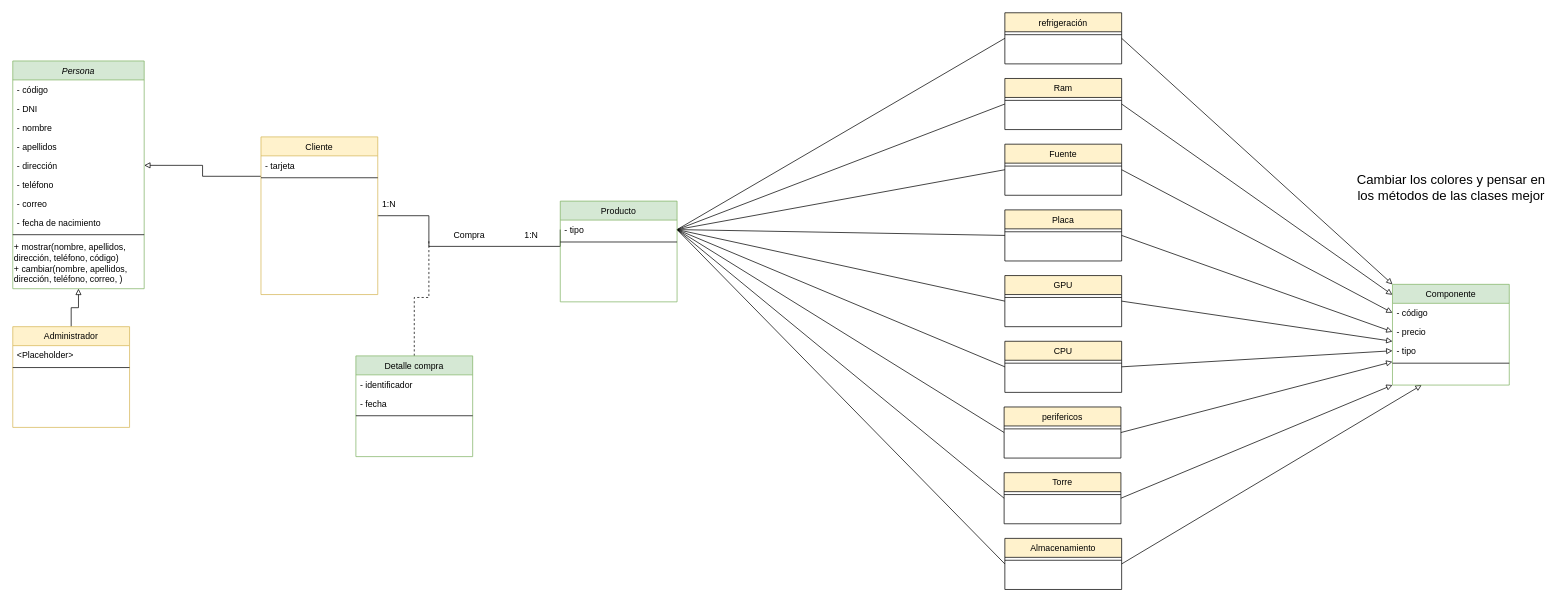
This is img/Diagrama sin título.drawio from Aeyoz/proyecto-ets, a draw.io file, before an edit. Source tidied: cells renumbered, new cells numbered last; positions are measured from the earlier drawing's top-left corner, leaving out a move shared by most shapes. Both pictures are drawn from the tidied source at 73%, with x=0, y=0 at pixel (12, 12).
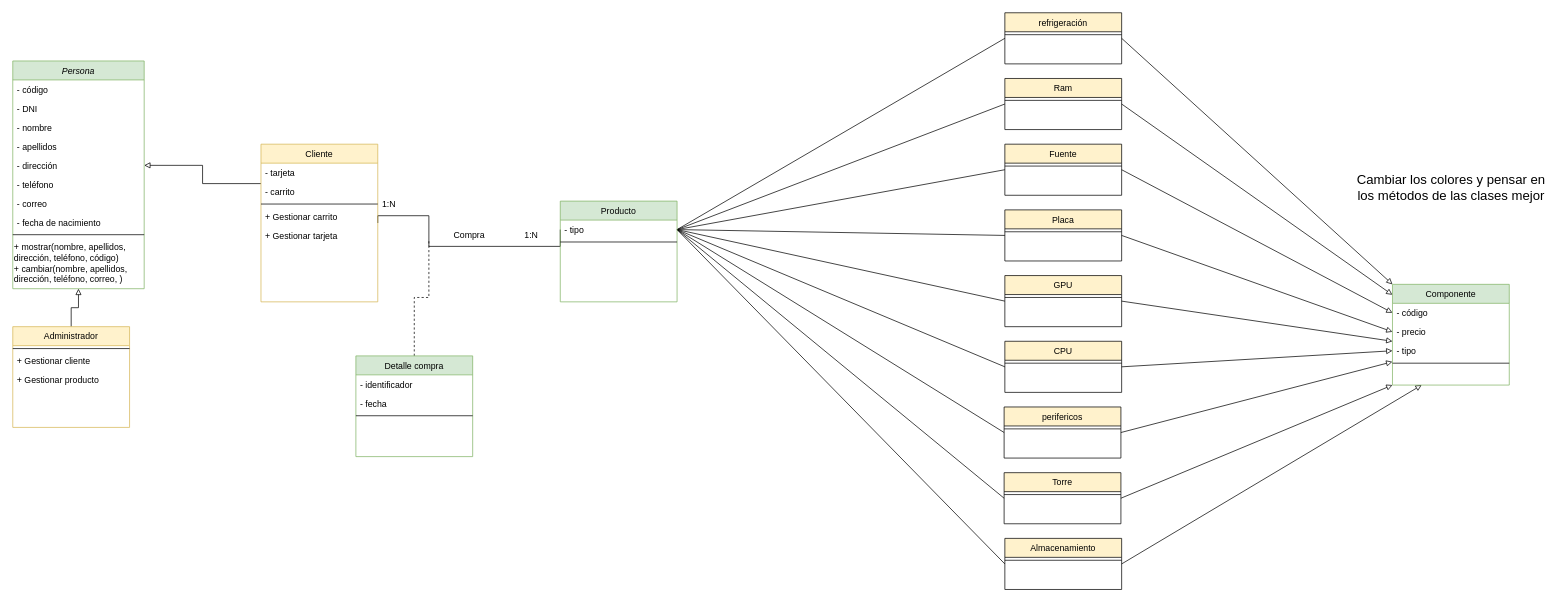
The same page after the edit.

The change refers to these unchanged cells:
```xml
<mxCell id="14" value="Administrador" style="swimlane;fontStyle=0;align=center;verticalAlign=top;horizontal=1;startSize=26;rounded=0;shadow=0;strokeWidth=1;fillColor=#fff2cc;strokeColor=#d6b656;" parent="1" vertex="1">
  <mxGeometry y="430" width="160" height="138" as="geometry" />
</mxCell>
```

Change to the diagram source:
```diff
@@
-    <mxCell id="15" value="&lt;Placeholder&gt;" style="text;align=left;verticalAlign=top;spacingLeft=4;spacingRight=4;overflow=hidden;" parent="14" vertex="1">
-      <mxGeometry y="26" width="160" height="26" as="geometry" />
-    </mxCell>
     <mxCell id="16" style="line;html=1;strokeWidth=1;align=left;verticalAlign=middle;spacingTop=-1;spacingLeft=3;spacingRight=3;labelPosition=right;" parent="14" vertex="1">
-      <mxGeometry y="52" width="160" height="8" as="geometry" />
+      <mxGeometry y="26" width="160" height="8" as="geometry" />
     </mxCell>
+    <mxCell id="75" value="+ Gestionar cliente" style="text;align=left;verticalAlign=top;spacingLeft=4;spacingRight=4;overflow=hidden;" parent="14" vertex="1">
+      <mxGeometry y="34" width="160" height="26" as="geometry" />
+    </mxCell>
+    <mxCell id="76" value="+ Gestionar producto" style="text;align=left;verticalAlign=top;spacingLeft=4;spacingRight=4;overflow=hidden;" parent="14" vertex="1">
+      <mxGeometry y="60" width="160" height="26" as="geometry" />
+    </mxCell>
@@
     <mxCell id="19" value="Cliente" style="swimlane;fontStyle=0;align=center;verticalAlign=top;horizontal=1;startSize=26;rounded=0;shadow=0;strokeWidth=1;fillColor=#fff2cc;strokeColor=#d6b656;" parent="1" vertex="1">
-      <mxGeometry x="340" y="170" width="160" height="216" as="geometry" />
+      <mxGeometry x="340" y="180" width="160" height="216" as="geometry" />
     </mxCell>
+    <mxCell id="77" value="- tarjeta" style="text;align=left;verticalAlign=top;spacingLeft=4;spacingRight=4;overflow=hidden;" parent="19" vertex="1">
+      <mxGeometry y="26" width="160" height="26" as="geometry" />
+    </mxCell>
+    <mxCell id="78" value="- carrito" style="text;align=left;verticalAlign=top;spacingLeft=4;spacingRight=4;overflow=hidden;" parent="19" vertex="1">
+      <mxGeometry y="52" width="160" height="26" as="geometry" />
+    </mxCell>
+    <mxCell id="21" style="line;html=1;strokeWidth=1;align=left;verticalAlign=middle;spacingTop=-1;spacingLeft=3;spacingRight=3;labelPosition=right;" parent="19" vertex="1">
+      <mxGeometry y="78" width="160" height="8" as="geometry" />
+    </mxCell>
+    <mxCell id="79" value="+ Gestionar carrito" style="text;align=left;verticalAlign=top;spacingLeft=4;spacingRight=4;overflow=hidden;" parent="19" vertex="1">
+      <mxGeometry y="86" width="160" height="26" as="geometry" />
+    </mxCell>
-    <mxCell id="20" value="- tarjeta" style="text;align=left;verticalAlign=top;spacingLeft=4;spacingRight=4;overflow=hidden;" parent="19" vertex="1">
-      <mxGeometry y="26" width="160" height="26" as="geometry" />
+    <mxCell id="20" value="+ Gestionar tarjeta" style="text;align=left;verticalAlign=top;spacingLeft=4;spacingRight=4;overflow=hidden;" parent="19" vertex="1">
+      <mxGeometry y="112" width="160" height="26" as="geometry" />
     </mxCell>
-    <mxCell id="21" style="line;html=1;strokeWidth=1;align=left;verticalAlign=middle;spacingTop=-1;spacingLeft=3;spacingRight=3;labelPosition=right;" parent="19" vertex="1">
-      <mxGeometry y="52" width="160" height="8" as="geometry" />
-    </mxCell>
```
